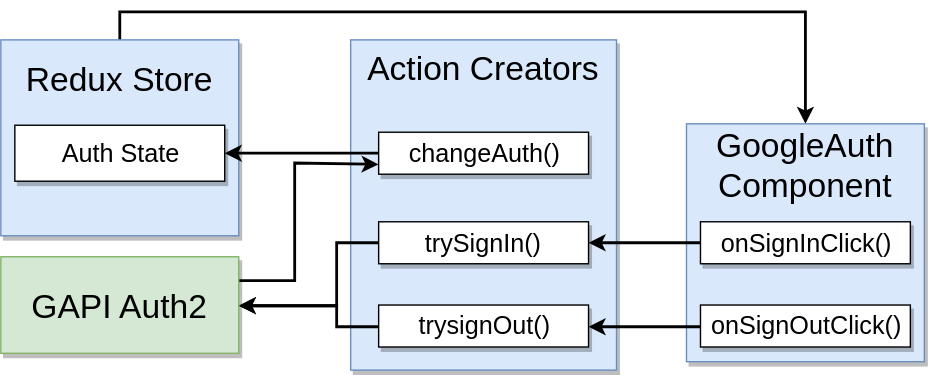
Above: diagrams/oauth-in-react-redux-approach-2.svg in serodriguez68/react-cheatsheet-udemy-2019 (draw.io), before the change. Source tidied: cells renumbered, new cells last; positions are measured from the earlier drawing's top-left corner, leaving out a move shared by most shapes. The source it was exported from:
```xml
<mxGraphModel>
  <root>
    <mxCell id="0" />
    <mxCell id="1" parent="0" />
    <mxCell id="2" style="edgeStyle=orthogonalEdgeStyle;rounded=0;html=1;exitX=0.5;exitY=0;entryX=0.5;entryY=0;jettySize=auto;strokeWidth=2;fontSize=18;" parent="1" edge="1" source="3" target="5">
      <mxGeometry relative="1" as="geometry" />
    </mxCell>
    <mxCell id="3" value="Redux Store&lt;br&gt;&lt;br&gt;&lt;br&gt;&lt;br&gt;" style="rounded=0;whiteSpace=wrap;html=1;shadow=1;fontSize=24;align=center;fillColor=#dae8fc;strokeColor=#6c8ebf;" parent="1" vertex="1">
      <mxGeometry width="170" height="140" as="geometry" />
    </mxCell>
    <mxCell id="4" value="Auth State" style="rounded=0;whiteSpace=wrap;html=1;shadow=1;fontSize=18;align=center;" parent="1" vertex="1">
      <mxGeometry x="10" y="61" width="150" height="40" as="geometry" />
    </mxCell>
    <mxCell id="5" value="GoogleAuth Component&lt;br&gt;&lt;br&gt;&lt;br&gt;&lt;br&gt;&lt;br&gt;" style="rounded=0;whiteSpace=wrap;html=1;shadow=1;fontSize=24;align=center;fillColor=#dae8fc;strokeColor=#6c8ebf;" parent="1" vertex="1">
      <mxGeometry x="490" y="60" width="170" height="170" as="geometry" />
    </mxCell>
    <mxCell id="6" value="Action Creators&lt;br&gt;&lt;br&gt;&lt;br&gt;&lt;br&gt;&lt;br&gt;&lt;br&gt;&lt;br&gt;&lt;br&gt;" style="rounded=0;whiteSpace=wrap;html=1;shadow=1;fontSize=24;align=center;fillColor=#dae8fc;strokeColor=#6c8ebf;" parent="1" vertex="1">
      <mxGeometry x="250" width="190" height="236" as="geometry" />
    </mxCell>
    <mxCell id="7" style="edgeStyle=orthogonalEdgeStyle;rounded=0;html=1;exitX=0;exitY=0.5;entryX=1;entryY=0.5;jettySize=auto;strokeWidth=2;fontSize=18;" parent="1" edge="1" source="8" target="16">
      <mxGeometry relative="1" as="geometry">
        <Array as="points">
          <mxPoint x="240" y="145" />
          <mxPoint x="240" y="190" />
        </Array>
      </mxGeometry>
    </mxCell>
    <mxCell id="8" value="trySignIn()" style="rounded=0;whiteSpace=wrap;html=1;shadow=1;fontSize=18;align=center;" parent="1" vertex="1">
      <mxGeometry x="270" y="130" width="150" height="30" as="geometry" />
    </mxCell>
    <mxCell id="9" style="edgeStyle=orthogonalEdgeStyle;rounded=0;html=1;exitX=0;exitY=0.5;jettySize=auto;strokeWidth=2;fontSize=18;" parent="1" edge="1" source="10" target="16">
      <mxGeometry relative="1" as="geometry">
        <Array as="points">
          <mxPoint x="240" y="205" />
          <mxPoint x="240" y="190" />
        </Array>
      </mxGeometry>
    </mxCell>
    <mxCell id="10" value="trysignOut()" style="rounded=0;whiteSpace=wrap;html=1;shadow=1;fontSize=18;align=center;" parent="1" vertex="1">
      <mxGeometry x="270" y="189.5" width="150" height="30" as="geometry" />
    </mxCell>
    <mxCell id="11" style="edgeStyle=orthogonalEdgeStyle;rounded=0;html=1;exitX=0;exitY=0.5;entryX=1;entryY=0.5;jettySize=auto;strokeWidth=2;fontSize=18;" parent="1" edge="1" source="12" target="8">
      <mxGeometry relative="1" as="geometry" />
    </mxCell>
    <mxCell id="12" value="onSignInClick()" style="rounded=0;whiteSpace=wrap;html=1;shadow=1;fontSize=18;align=center;" parent="1" vertex="1">
      <mxGeometry x="500" y="130" width="150" height="30" as="geometry" />
    </mxCell>
    <mxCell id="13" style="edgeStyle=orthogonalEdgeStyle;rounded=0;html=1;exitX=0;exitY=0.5;entryX=1;entryY=0.5;jettySize=auto;strokeWidth=2;fontSize=18;" parent="1" edge="1" source="14" target="10">
      <mxGeometry relative="1" as="geometry" />
    </mxCell>
    <mxCell id="14" value="onSignOutClick()" style="rounded=0;whiteSpace=wrap;html=1;shadow=1;fontSize=18;align=center;" parent="1" vertex="1">
      <mxGeometry x="500" y="189.5" width="150" height="30" as="geometry" />
    </mxCell>
    <mxCell id="15" style="edgeStyle=orthogonalEdgeStyle;rounded=0;html=1;exitX=1;exitY=0.25;entryX=0;entryY=0.75;jettySize=auto;strokeWidth=2;fontSize=18;" parent="1" edge="1" source="16" target="18">
      <mxGeometry relative="1" as="geometry">
        <Array as="points">
          <mxPoint x="210" y="172" />
          <mxPoint x="210" y="88" />
        </Array>
      </mxGeometry>
    </mxCell>
    <mxCell id="16" value="GAPI Auth2&lt;br&gt;" style="rounded=0;whiteSpace=wrap;html=1;shadow=1;fontSize=24;align=center;fillColor=#d5e8d4;strokeColor=#82b366;" parent="1" vertex="1">
      <mxGeometry y="155" width="170" height="69" as="geometry" />
    </mxCell>
    <mxCell id="17" style="edgeStyle=orthogonalEdgeStyle;rounded=0;html=1;exitX=0;exitY=0.5;entryX=1;entryY=0.5;jettySize=auto;strokeWidth=2;fontSize=18;" parent="1" edge="1" source="18" target="4">
      <mxGeometry relative="1" as="geometry" />
    </mxCell>
    <mxCell id="18" value="changeAuth()" style="rounded=0;whiteSpace=wrap;html=1;shadow=1;fontSize=18;align=center;" parent="1" vertex="1">
      <mxGeometry x="270" y="66" width="150" height="30" as="geometry" />
    </mxCell>
  </root>
</mxGraphModel>
```
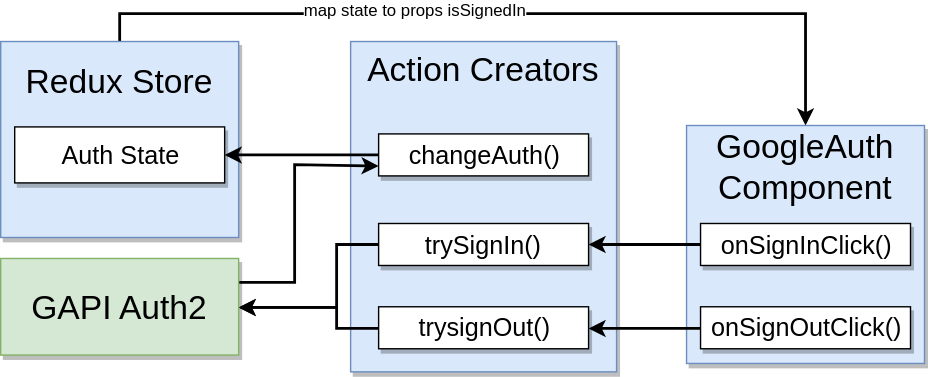
The same diagram one commit later.

Diff of the diagram source:
```diff
@@ -5,6 +5,9 @@
     <mxCell id="2" style="edgeStyle=orthogonalEdgeStyle;rounded=0;html=1;exitX=0.5;exitY=0;entryX=0.5;entryY=0;jettySize=auto;strokeWidth=2;fontSize=18;" parent="1" edge="1" source="3" target="5">
       <mxGeometry relative="1" as="geometry" />
     </mxCell>
+    <mxCell id="19" value="map state to props isSignedIn" style="text;html=1;align=center;verticalAlign=middle;labelBackgroundColor=#ffffff;" parent="2" vertex="1">
+      <mxGeometry x="-0.22" y="4" relative="1" as="geometry" />
+    </mxCell>
     <mxCell id="3" value="Redux Store&lt;br&gt;&lt;br&gt;&lt;br&gt;&lt;br&gt;" style="rounded=0;whiteSpace=wrap;html=1;shadow=1;fontSize=24;align=center;fillColor=#dae8fc;strokeColor=#6c8ebf;" parent="1" vertex="1">
       <mxGeometry width="170" height="140" as="geometry" />
     </mxCell>
```
